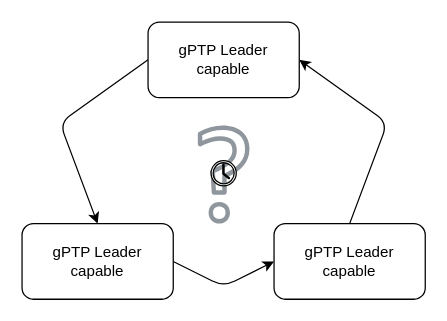
avb-academy/avb_academy keeps this draw.io diagram as static/images/gPTP-BTCA.drawio. Above is the earlier version. Source tidied: cells renumbered, new cells numbered last; positions are measured from the earlier drawing's top-left corner, leaving out a move shared by most shapes. Both pictures are drawn from the tidied source at 126%, with x=0, y=0 at pixel (21, 21).
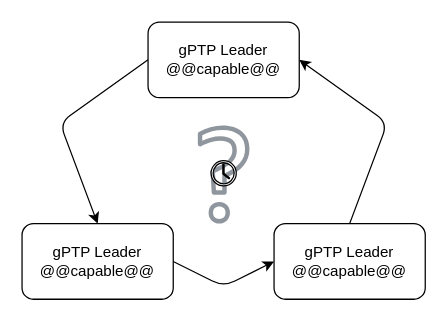
The same diagram, later.

The edit, as a diff of the source:
```diff
@@
 <mxGraphModel>
   <root>
     <mxCell id="0" />
     <mxCell id="1" parent="0" />
     <mxCell id="2" style="edgeStyle=none;html=1;exitX=1;exitY=0.5;exitDx=0;exitDy=0;entryX=0;entryY=0.5;entryDx=0;entryDy=0;" parent="1" edge="1" source="3" target="5">
       <mxGeometry relative="1" as="geometry">
         <Array as="points">
           <mxPoint x="160" y="210" />
         </Array>
       </mxGeometry>
     </mxCell>
-    <mxCell id="3" value="gPTP Leader&lt;br&gt;capable" style="rounded=1;whiteSpace=wrap;html=1;" parent="1" vertex="1">
+    <mxCell id="3" value="gPTP Leader&lt;br&gt;@@capable@@" style="rounded=1;whiteSpace=wrap;html=1;" parent="1" vertex="1">
       <mxGeometry y="160" width="120" height="60" as="geometry" />
     </mxCell>
     <mxCell id="4" style="edgeStyle=none;html=1;exitX=0.5;exitY=0;exitDx=0;exitDy=0;entryX=1;entryY=0.5;entryDx=0;entryDy=0;" parent="1" edge="1" source="5" target="7">
       <mxGeometry relative="1" as="geometry">
         <Array as="points">
           <mxPoint x="290" y="80" />
         </Array>
       </mxGeometry>
     </mxCell>
-    <mxCell id="5" value="gPTP Leader&lt;br&gt;capable" style="rounded=1;whiteSpace=wrap;html=1;" parent="1" vertex="1">
+    <mxCell id="5" value="gPTP Leader&lt;br&gt;@@capable@@" style="rounded=1;whiteSpace=wrap;html=1;" parent="1" vertex="1">
       <mxGeometry x="200" y="160" width="120" height="60" as="geometry" />
     </mxCell>
     <mxCell id="6" style="edgeStyle=none;html=1;exitX=0;exitY=0.5;exitDx=0;exitDy=0;entryX=0.5;entryY=0;entryDx=0;entryDy=0;" parent="1" edge="1" source="7" target="3">
       <mxGeometry relative="1" as="geometry">
         <Array as="points">
           <mxPoint x="30" y="80" />
         </Array>
       </mxGeometry>
     </mxCell>
-    <mxCell id="7" value="gPTP Leader&lt;br&gt;capable" style="rounded=1;whiteSpace=wrap;html=1;" parent="1" vertex="1">
+    <mxCell id="7" value="gPTP Leader&lt;br&gt;@@capable@@" style="rounded=1;whiteSpace=wrap;html=1;" parent="1" vertex="1">
       <mxGeometry x="100" width="120" height="60" as="geometry" />
     </mxCell>
     <mxCell id="8" style="sketch=0;fontColor=#232F3E;gradientColor=none;fillColor=#232F3D;strokeColor=none;dashed=0;verticalLabelPosition=bottom;verticalAlign=top;align=center;html=1;fontSize=12;fontStyle=0;shape=mxgraph.aws4.question;opacity=50;" parent="1" vertex="1">
       <mxGeometry x="139.5" y="82" width="41" height="78" as="geometry" />
     </mxCell>
     <mxCell id="9" style="sketch=0;shadow=0;dashed=0;html=1;labelPosition=center;verticalLabelPosition=bottom;verticalAlign=top;align=center;shape=mxgraph.office.concepts.clock;" parent="1" vertex="1">
       <mxGeometry x="150" y="110" width="20" height="20" as="geometry" />
     </mxCell>
   </root>
 </mxGraphModel>
```
